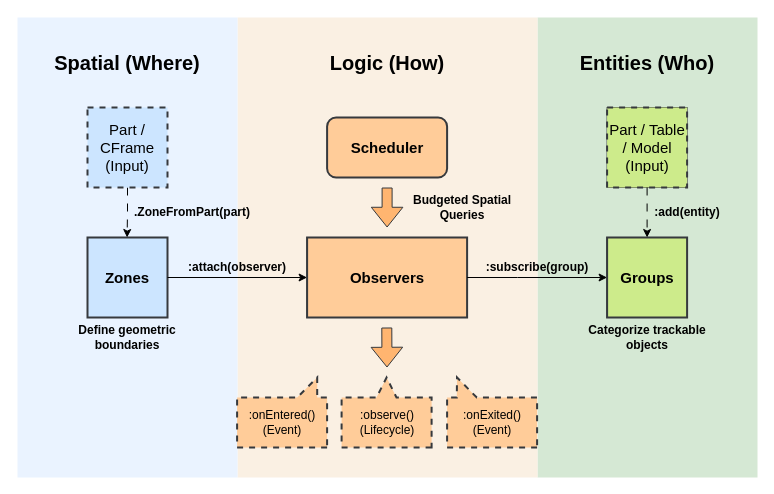
Earlier version of the draw.io diagram docs/topology_quickzone.drawio (LDGerrits/QuickZone). Source tidied: cells renumbered, new cells numbered last; positions are measured from the earlier drawing's top-left corner, leaving out a move shared by most shapes. Both pictures are drawn from the tidied source at 100%, with x=0, y=0 at pixel (17, 17).
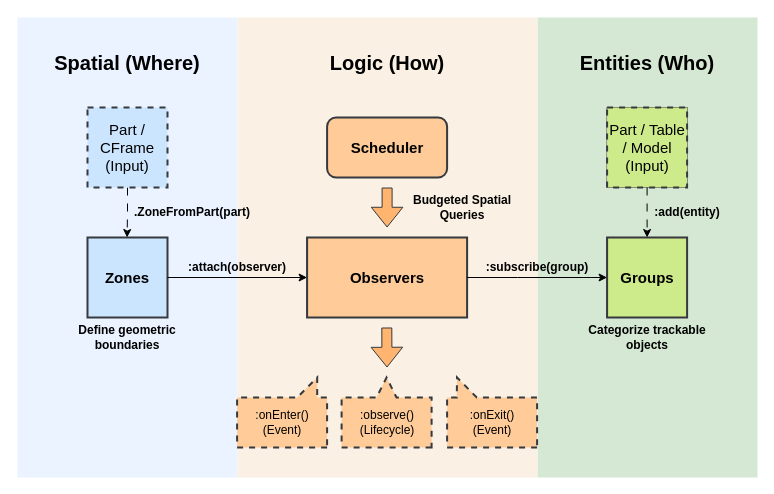
Above is the later version.

Diff of the diagram source:
```diff
@@
-    <mxCell id="31" value="&lt;font&gt;:onExited()&lt;/font&gt;&lt;div&gt;&lt;font&gt;(Event)&lt;/font&gt;&lt;/div&gt;" style="text;html=1;whiteSpace=wrap;strokeColor=none;fillColor=none;align=center;verticalAlign=middle;rounded=0;" parent="1" vertex="1">
+    <mxCell id="31" value="&lt;font&gt;:onExit()&lt;/font&gt;&lt;div&gt;&lt;font&gt;(Event)&lt;/font&gt;&lt;/div&gt;" style="text;html=1;whiteSpace=wrap;strokeColor=none;fillColor=none;align=center;verticalAlign=middle;rounded=0;" parent="1" vertex="1">
       <mxGeometry x="429.6" y="380" width="90" height="50" as="geometry" />
     </mxCell>
-    <mxCell id="32" value=":onEntered()&lt;div&gt;(Event)&lt;/div&gt;" style="text;html=1;whiteSpace=wrap;strokeColor=none;fillColor=none;align=center;verticalAlign=middle;rounded=0;dashed=1;dashPattern=8 8;" parent="1" vertex="1">
+    <mxCell id="32" value=":onEnter()&lt;div&gt;(Event)&lt;/div&gt;" style="text;html=1;whiteSpace=wrap;strokeColor=none;fillColor=none;align=center;verticalAlign=middle;rounded=0;dashed=1;dashPattern=8 8;" parent="1" vertex="1">
       <mxGeometry x="219.6" y="380" width="90" height="50" as="geometry" />
     </mxCell>
```
